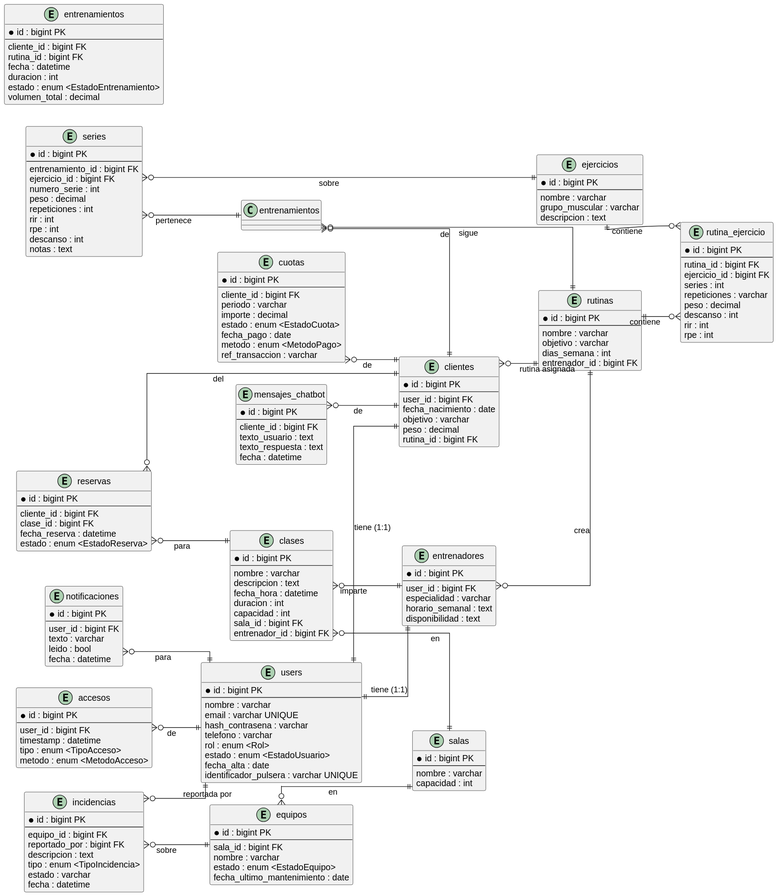
The PlantUML diagram docs/diagramas/clases-bd/_render/entidad_relacion.svg in iis8-ua/stadio, before a commit. Source of this version:
```plantuml
@startuml
left to right direction
skinparam defaultFontName "Arial"
skinparam linetype ortho

entity "users" as users {
  * id : bigint PK
  ---
  nombre : varchar
  email : varchar UNIQUE
  hash_contrasena : varchar
  telefono : varchar
  rol : enum <Rol>
  estado : enum <EstadoUsuario>
  fecha_alta : date
  identificador_pulsera : varchar UNIQUE
}

entity "clientes" as clientes {
  * id : bigint PK
  ---
  user_id : bigint FK
  fecha_nacimiento : date
  objetivo : varchar
  peso : decimal
  rutina_id : bigint FK
}

entity "entrenadores" as entrenadores {
  * id : bigint PK
  ---
  user_id : bigint FK
  especialidad : varchar
  horario_semanal : text
  disponibilidad : text
}

entity "rutinas" as rutinas {
  * id : bigint PK
  ---
  nombre : varchar
  objetivo : varchar
  dias_semana : int
  entrenador_id : bigint FK
}

entity "ejercicios" as ejercicios {
  * id : bigint PK
  ---
  nombre : varchar
  grupo_muscular : varchar
  descripcion : text
}

entity "rutina_ejercicio" as re {
  * id : bigint PK
  ---
  rutina_id : bigint FK
  ejercicio_id : bigint FK
  series : int
  repeticiones : varchar
  peso : decimal
  descanso : int
  rir : int
  rpe : int
}

entity "entrenamientos" as ent {
  * id : bigint PK
  ---
  cliente_id : bigint FK
  rutina_id : bigint FK
  fecha : datetime
  duracion : int
  estado : enum <EstadoEntrenamiento>
  volumen_total : decimal
}

entity "series" as series {
  * id : bigint PK
  ---
  entrenamiento_id : bigint FK
  ejercicio_id : bigint FK
  numero_serie : int
  peso : decimal
  repeticiones : int
  rir : int
  rpe : int
  descanso : int
  notas : text
}

entity "clases" as clases {
  * id : bigint PK
  ---
  nombre : varchar
  descripcion : text
  fecha_hora : datetime
  duracion : int
  capacidad : int
  sala_id : bigint FK
  entrenador_id : bigint FK
}

entity "salas" as salas {
  * id : bigint PK
  ---
  nombre : varchar
  capacidad : int
}

entity "reservas" as reservas {
  * id : bigint PK
  ---
  cliente_id : bigint FK
  clase_id : bigint FK
  fecha_reserva : datetime
  estado : enum <EstadoReserva>
}

entity "accesos" as accesos {
  * id : bigint PK
  ---
  user_id : bigint FK
  timestamp : datetime
  tipo : enum <TipoAcceso>
  metodo : enum <MetodoAcceso>
}

entity "cuotas" as cuotas {
  * id : bigint PK
  ---
  cliente_id : bigint FK
  periodo : varchar
  importe : decimal
  estado : enum <EstadoCuota>
  fecha_pago : date
  metodo : enum <MetodoPago>
  ref_transaccion : varchar
}

entity "equipos" as equipos {
  * id : bigint PK
  ---
  sala_id : bigint FK
  nombre : varchar
  estado : enum <EstadoEquipo>
  fecha_ultimo_mantenimiento : date
}

entity "incidencias" as incidencias {
  * id : bigint PK
  ---
  equipo_id : bigint FK
  reportado_por : bigint FK
  descripcion : text
  tipo : enum <TipoIncidencia>
  estado : varchar
  fecha : datetime
}

entity "mensajes_chatbot" as chatbot {
  * id : bigint PK
  ---
  cliente_id : bigint FK
  texto_usuario : text
  texto_respuesta : text
  fecha : datetime
}

entity "notificaciones" as notif {
  * id : bigint PK
  ---
  user_id : bigint FK
  texto : varchar
  leido : bool
  fecha : datetime
}

users ||--|| clientes : tiene (1:1)
users ||--|| entrenadores : tiene (1:1)

clientes }o--|| rutinas : "rutina asignada"
entrenadores }o--|| rutinas : "crea"
rutinas ||--o{ re : contiene
ejercicios ||--o{ re : contiene

entrenamientos }o--|| clientes : "de"
entrenamientos }o--|| rutinas : "sigue"
series }o--|| entrenamientos : "pertenece"
series }o--|| ejercicios : "sobre"

clases }o--|| entrenadores : "imparte"
clases }o--|| salas : "en"
reservas }o--|| clientes : "del"
reservas }o--|| clases : "para"

accesos }o--|| users : "de"
cuotas }o--|| clientes : "de"

equipos }o--|| salas : "en"
incidencias }o--|| equipos : "sobre"
incidencias }o--|| users : "reportada por"

chatbot }o--|| clientes : "de"
notif }o--|| users : "para"
@enduml
```
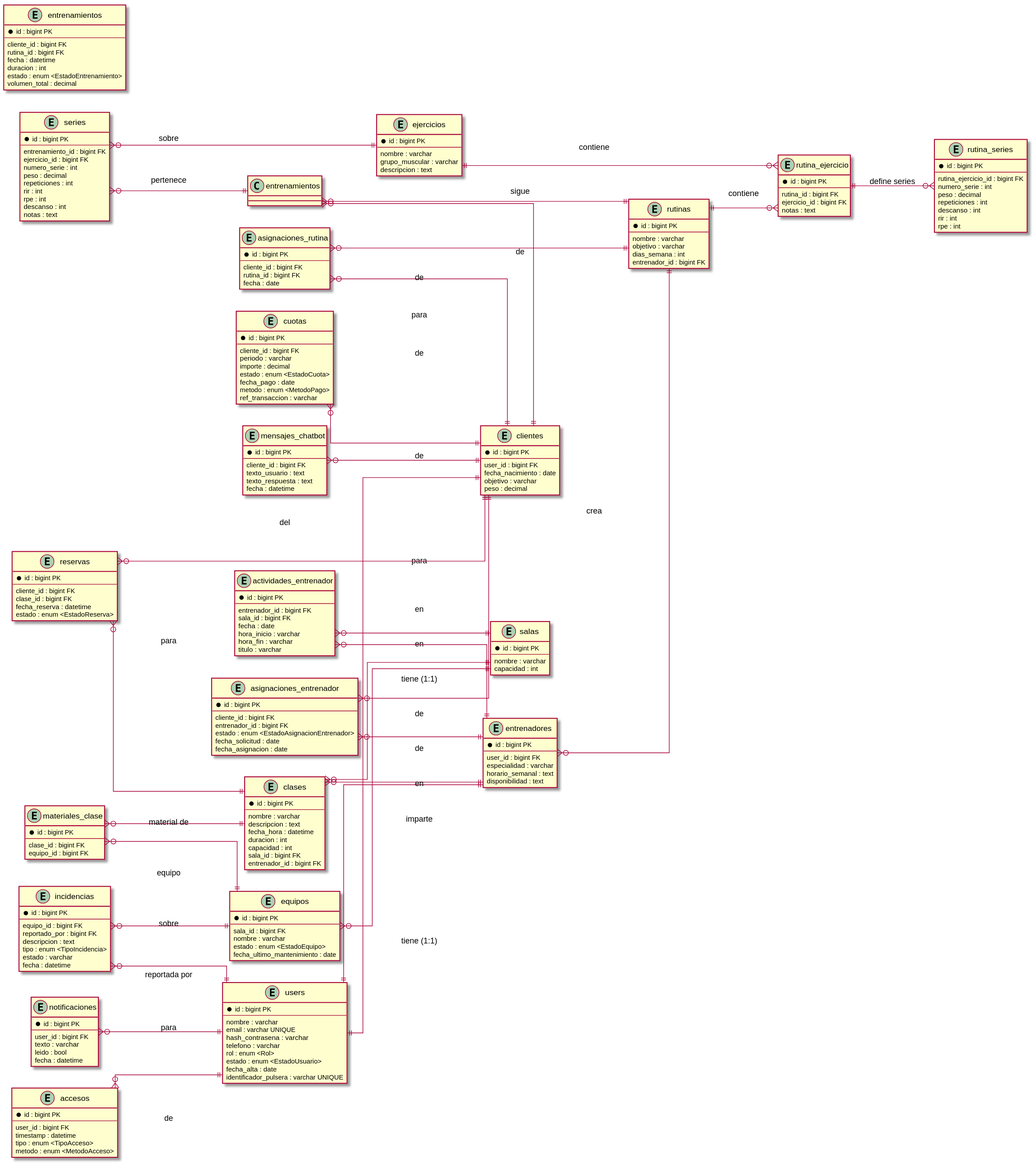
The same diagram one commit later.

Diff of the diagram source:
```diff
@@ -23,7 +23,6 @@
   fecha_nacimiento : date
   objetivo : varchar
   peso : decimal
-  rutina_id : bigint FK
 }
 
 entity "entrenadores" as entrenadores {
@@ -57,9 +56,16 @@
   ---
   rutina_id : bigint FK
   ejercicio_id : bigint FK
-  series : int
-  repeticiones : varchar
+  notas : text
+}
+
+entity "rutina_series" as rserie {
+  * id : bigint PK
+  ---
+  rutina_ejercicio_id : bigint FK
+  numero_serie : int
   peso : decimal
+  repeticiones : int
   descanso : int
   rir : int
   rpe : int
@@ -116,6 +122,42 @@
   clase_id : bigint FK
   fecha_reserva : datetime
   estado : enum <EstadoReserva>
+}
+
+entity "asignaciones_rutina" as asig_rutina {
+  * id : bigint PK
+  ---
+  cliente_id : bigint FK
+  rutina_id : bigint FK
+  fecha : date
+}
+
+entity "asignaciones_entrenador" as asig_entrenador {
+  * id : bigint PK
+  ---
+  cliente_id : bigint FK
+  entrenador_id : bigint FK
+  estado : enum <EstadoAsignacionEntrenador>
+  fecha_solicitud : date
+  fecha_asignacion : date
+}
+
+entity "materiales_clase" as mat_clase {
+  * id : bigint PK
+  ---
+  clase_id : bigint FK
+  equipo_id : bigint FK
+}
+
+entity "actividades_entrenador" as act_entrenador {
+  * id : bigint PK
+  ---
+  entrenador_id : bigint FK
+  sala_id : bigint FK
+  fecha : date
+  hora_inicio : varchar
+  hora_fin : varchar
+  titulo : varchar
 }
 
 entity "accesos" as accesos {
@@ -180,10 +222,15 @@
 users ||--|| clientes : tiene (1:1)
 users ||--|| entrenadores : tiene (1:1)
 
-clientes }o--|| rutinas : "rutina asignada"
 entrenadores }o--|| rutinas : "crea"
 rutinas ||--o{ re : contiene
 ejercicios ||--o{ re : contiene
+re ||--o{ rserie : "define series"
+
+asig_rutina }o--|| clientes : "para"
+asig_rutina }o--|| rutinas : "de"
+asig_entrenador }o--|| clientes : "para"
+asig_entrenador }o--|| entrenadores : "de"
 
 entrenamientos }o--|| clientes : "de"
 entrenamientos }o--|| rutinas : "sigue"
@@ -192,6 +239,10 @@
 
 clases }o--|| entrenadores : "imparte"
 clases }o--|| salas : "en"
+mat_clase }o--|| clases : "material de"
+mat_clase }o--|| equipos : "equipo"
+act_entrenador }o--|| entrenadores : "de"
+act_entrenador }o--|| salas : "en"
 reservas }o--|| clientes : "del"
 reservas }o--|| clases : "para"
 
@@ -204,4 +255,5 @@
 
 chatbot }o--|| clientes : "de"
 notif }o--|| users : "para"
+
 @enduml
```
